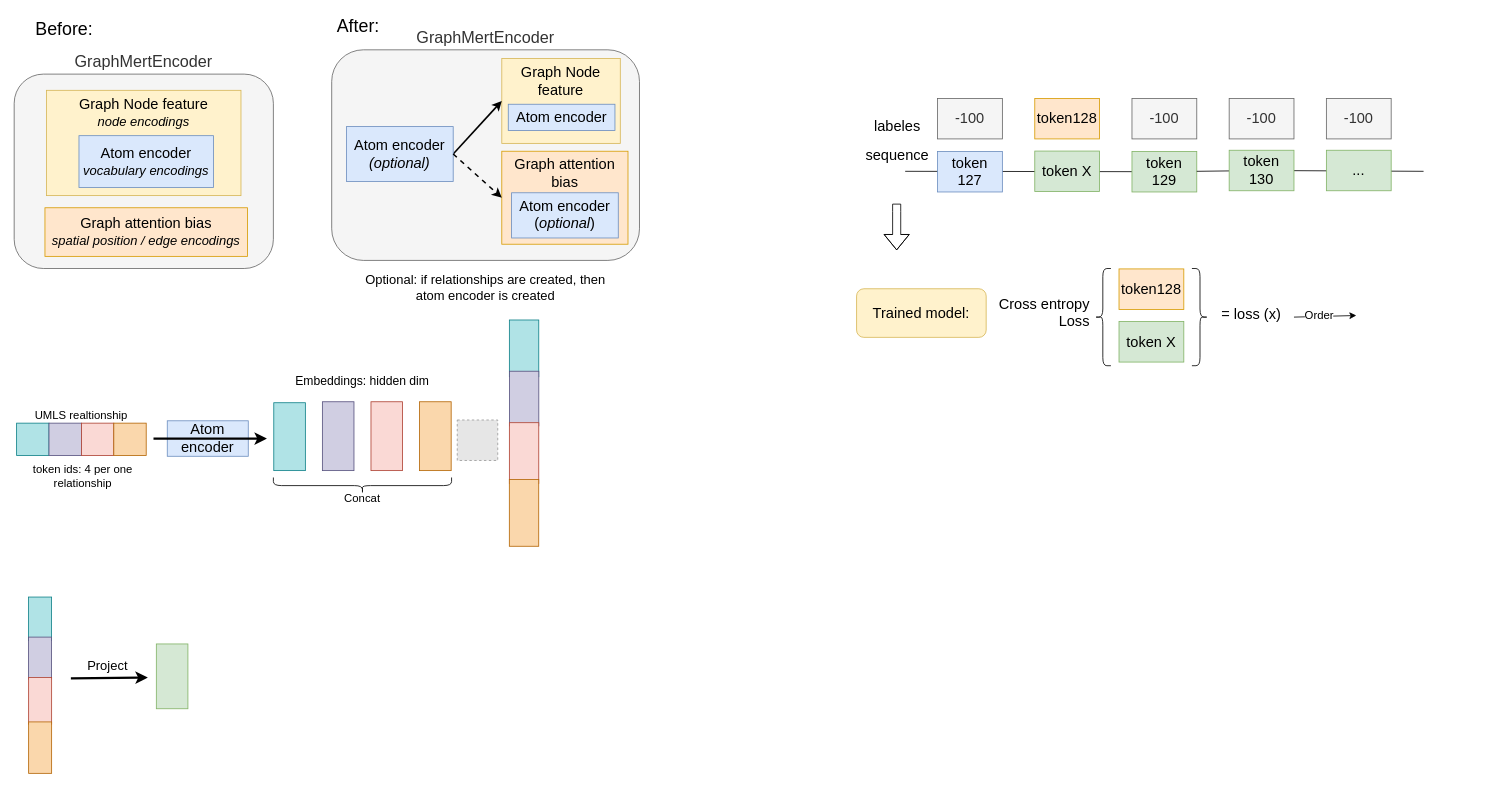
This is page "Page-1" (1 of 2) of presentations/Untitled Diagram.drawio from across-stars/draw.io, a draw.io file, before an edit. Source tidied: cells renumbered, new cells numbered last; positions are measured from the earlier drawing's top-left corner, leaving out a move shared by most shapes. Both pictures are drawn from the tidied source at 81%, with x=0, y=0 at pixel (14, 14). Pictures stored in the file or linked from it are replaced by grey dashed boxes.
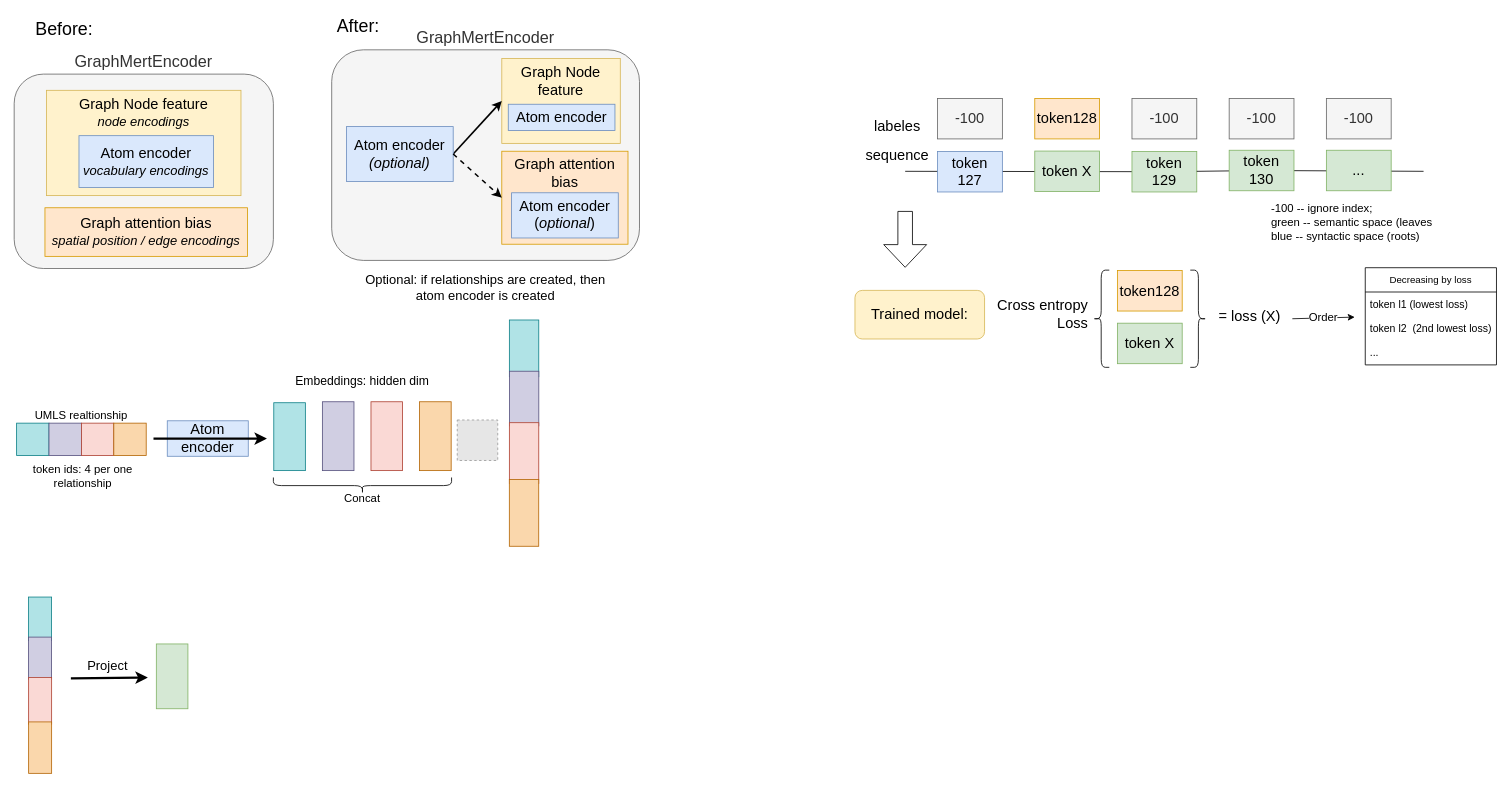
The same diagram, later.

What changed in the source:
```diff
@@
     <mxCell id="64" value="&lt;font style=&quot;font-size: 18px;&quot;&gt;Trained model:&lt;/font&gt;" style="rounded=1;whiteSpace=wrap;html=1;fillColor=#fff2cc;strokeColor=#d6b656;" parent="1" vertex="1">
-      <mxGeometry x="1040" y="339" width="160" height="60" as="geometry" />
+      <mxGeometry x="1038" y="341" width="160" height="60" as="geometry" />
     </mxCell>
-    <mxCell id="65" style="shape=flexArrow;endArrow=classic;html=1;rounded=0;" parent="1" edge="1">
+    <mxCell id="65" style="shape=flexArrow;endArrow=classic;html=1;rounded=0;endWidth=34;endSize=9;width=18;" parent="1" edge="1">
       <mxGeometry relative="1" as="geometry">
-        <mxPoint x="1089.5" y="234" as="sourcePoint" />
-        <mxPoint x="1089.5" y="291.5" as="targetPoint" />
-        <Array as="points">
-          <mxPoint x="1089.5" y="243.5" />
-        </Array>
+        <mxPoint x="1100" y="243" as="sourcePoint" />
+        <mxPoint x="1100" y="313" as="targetPoint" />
       </mxGeometry>
     </mxCell>
     <mxCell id="66" style="shape=curlyBracket;whiteSpace=wrap;html=1;rounded=1;labelPosition=left;verticalLabelPosition=middle;align=right;verticalAlign=middle;" parent="1" vertex="1">
-      <mxGeometry x="1334" y="314" width="20" height="120" as="geometry" />
+      <mxGeometry x="1332" y="316" width="20" height="120" as="geometry" />
     </mxCell>
     <mxCell id="67" style="shape=curlyBracket;whiteSpace=wrap;html=1;rounded=1;flipH=1;labelPosition=right;verticalLabelPosition=middle;align=left;verticalAlign=middle;" parent="1" vertex="1">
-      <mxGeometry x="1454" y="314" width="20" height="120" as="geometry" />
+      <mxGeometry x="1452" y="316" width="20" height="120" as="geometry" />
     </mxCell>
     <mxCell id="68" value="&lt;font style=&quot;font-size: 18px;&quot;&gt;Cross entropy&amp;nbsp;&lt;/font&gt;&lt;div&gt;&lt;font style=&quot;font-size: 18px;&quot;&gt;Loss&amp;nbsp;&lt;/font&gt;&lt;/div&gt;" style="text;html=1;align=right;verticalAlign=middle;strokeColor=none;fillColor=none;" parent="1" vertex="1">
-      <mxGeometry x="1194" y="339" width="140" height="60" as="geometry" />
+      <mxGeometry x="1192" y="341" width="140" height="60" as="geometry" />
     </mxCell>
-    <mxCell id="69" value="&lt;font style=&quot;font-size: 18px;&quot;&gt;= loss (x)&lt;/font&gt;" style="text;html=1;align=center;verticalAlign=middle;strokeColor=none;fillColor=none;" parent="1" vertex="1">
-      <mxGeometry x="1477" y="356" width="100" height="30" as="geometry" />
+    <mxCell id="69" value="&lt;font style=&quot;font-size: 18px;&quot;&gt;= loss (X)&lt;/font&gt;" style="text;html=1;align=center;verticalAlign=middle;strokeColor=none;fillColor=none;" parent="1" vertex="1">
+      <mxGeometry x="1475" y="358" width="100" height="30" as="geometry" />
     </mxCell>
     <mxCell id="70" value="&lt;font style=&quot;font-size: 18px;&quot;&gt;token X&lt;/font&gt;" style="rounded=0;whiteSpace=wrap;html=1;fillColor=#d5e8d4;strokeColor=#82b366;" parent="1" vertex="1">
-      <mxGeometry x="1364" y="379.5" width="80" height="50" as="geometry" />
+      <mxGeometry x="1362" y="381.5" width="80" height="50" as="geometry" />
     </mxCell>
     <mxCell id="71" value="&lt;font style=&quot;font-size: 18px;&quot;&gt;token128&lt;/font&gt;" style="rounded=0;whiteSpace=wrap;html=1;fillColor=#ffe6cc;strokeColor=#d79b00;" parent="1" vertex="1">
-      <mxGeometry x="1364" y="314.5" width="80" height="50" as="geometry" />
+      <mxGeometry x="1362" y="316.5" width="80" height="50" as="geometry" />
     </mxCell>
     <mxCell id="72" style="endArrow=classic;html=1;rounded=0;" parent="1" edge="1">
       <mxGeometry relative="1" as="geometry">
-        <mxPoint x="1580" y="374" as="sourcePoint" />
-        <mxPoint x="1657" y="372" as="targetPoint" />
+        <mxPoint x="1578" y="376" as="sourcePoint" />
+        <mxPoint x="1655" y="374" as="targetPoint" />
       </mxGeometry>
     </mxCell>
     <mxCell id="73" value="&lt;font style=&quot;font-size: 14px;&quot;&gt;Order&lt;/font&gt;" style="edgeLabel;html=1;align=center;verticalAlign=middle;" parent="72" vertex="1">
-      <mxGeometry x="-0.2" y="2" relative="1" as="geometry" />
+      <mxGeometry x="-0.2" y="2" relative="1" as="geometry">
+        <mxPoint x="7" as="offset" />
+      </mxGeometry>
     </mxCell>
+    <mxCell id="74" value="&lt;font style=&quot;font-size: 14px;&quot;&gt;-100 -- ignore index;&lt;/font&gt;&lt;div style=&quot;font-size: 14px;&quot;&gt;&lt;font style=&quot;font-size: 14px;&quot;&gt;green -- semantic space (leaves&lt;/font&gt;&lt;/div&gt;&lt;div style=&quot;font-size: 14px;&quot;&gt;&lt;font style=&quot;font-size: 14px;&quot;&gt;blue -- syntactic space (roots)&lt;/font&gt;&lt;/div&gt;" style="text;html=1;align=left;verticalAlign=middle;strokeColor=none;fillColor=none;" parent="1" vertex="1">
+      <mxGeometry x="1550" y="227" width="220" height="60" as="geometry" />
+    </mxCell>
+    <mxCell id="75" value="Decreasing by loss" style="swimlane;fontStyle=0;horizontal=1;startSize=30;whiteSpace=wrap;html=1;" parent="1" vertex="1">
+      <mxGeometry x="1668" y="313" width="162" height="120" as="geometry" />
+    </mxCell>
+    <mxCell id="76" value="&lt;font style=&quot;font-size: 13px;&quot;&gt;token l1 (lowest loss)&lt;/font&gt;" style="text;strokeColor=none;fillColor=none;align=left;verticalAlign=middle;spacingLeft=4;spacingRight=4;overflow=hidden;whiteSpace=wrap;html=1;" parent="75" vertex="1">
+      <mxGeometry y="30" width="162" height="30" as="geometry" />
+    </mxCell>
+    <mxCell id="77" value="&lt;font style=&quot;font-size: 13px;&quot;&gt;token l2 &amp;nbsp;(2nd lowest loss)&lt;/font&gt;" style="text;strokeColor=none;fillColor=none;align=left;verticalAlign=middle;spacingLeft=4;spacingRight=4;overflow=hidden;whiteSpace=wrap;html=1;" parent="75" vertex="1">
+      <mxGeometry y="60" width="162" height="30" as="geometry" />
+    </mxCell>
+    <mxCell id="78" value="&lt;font size=&quot;2&quot;&gt;...&lt;/font&gt;" style="text;strokeColor=none;fillColor=none;align=left;verticalAlign=middle;spacingLeft=4;spacingRight=4;overflow=hidden;whiteSpace=wrap;html=1;" parent="75" vertex="1">
+      <mxGeometry y="90" width="162" height="30" as="geometry" />
+    </mxCell>
```
